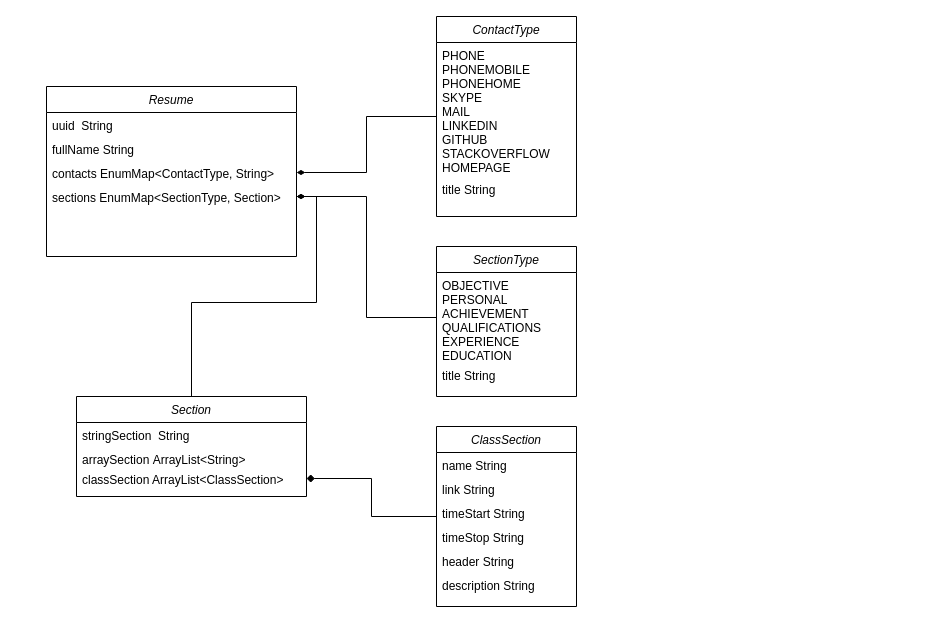
Above: объектная модель резюме.drawio in darken321/diagrams (draw.io), before the change. Source tidied: cells renumbered, new cells numbered last; positions are measured from the earlier drawing's top-left corner, leaving out a move shared by most shapes. Both pictures are drawn from the tidied source at 100%, with x=0, y=0 at pixel (46, 16).
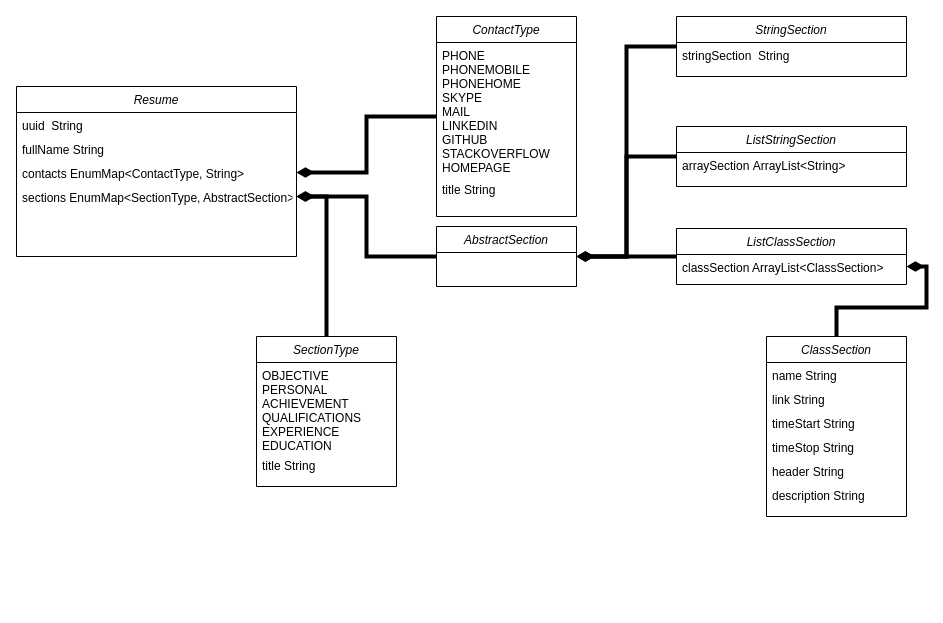
The same diagram, later.

Commit message:
Обновление объектная модель резюме1.drawio

The change refers to these unchanged cells:
```xml
<mxCell id="8" value="OBJECTIVE&#10;PERSONAL&#10;ACHIEVEMENT&#10;QUALIFICATIONS&#10;EXPERIENCE&#10;EDUCATION" style="text;align=left;verticalAlign=top;spacingLeft=4;spacingRight=4;overflow=hidden;points=[[0,0.5],[1,0.5]];portConstraint=eastwest;" parent="7" vertex="1">
  <mxGeometry y="26" width="140" height="90" as="geometry" />
</mxCell>
<mxCell id="11" value="ContactType" style="swimlane;fontStyle=2;align=center;verticalAlign=top;horizontal=1;startSize=26;rounded=0;shadow=0;strokeWidth=1;" parent="1" vertex="1">
  <mxGeometry x="390" width="140" height="200" as="geometry" />
</mxCell>
```

Change to the diagram source:
```diff
@@
     <mxCell id="2" value="Resume" style="swimlane;fontStyle=2;align=center;verticalAlign=top;horizontal=1;startSize=26;rounded=0;shadow=0;strokeWidth=1;" parent="1" vertex="1">
-      <mxGeometry y="70" width="250" height="170" as="geometry" />
+      <mxGeometry x="-30" y="70" width="280" height="170" as="geometry" />
     </mxCell>
     <mxCell id="3" value="uuid  String" style="text;align=left;verticalAlign=top;spacingLeft=4;spacingRight=4;overflow=hidden;" parent="2" vertex="1">
-      <mxGeometry y="26" width="250" height="24" as="geometry" />
+      <mxGeometry y="26" width="280" height="24" as="geometry" />
     </mxCell>
     <mxCell id="4" value="fullName String" style="text;align=left;verticalAlign=top;spacingLeft=4;spacingRight=4;overflow=hidden;" parent="2" vertex="1">
-      <mxGeometry y="50" width="250" height="24" as="geometry" />
+      <mxGeometry y="50" width="280" height="24" as="geometry" />
     </mxCell>
     <mxCell id="5" value="contacts EnumMap&lt;ContactType, String&gt;" style="text;align=left;verticalAlign=top;spacingLeft=4;spacingRight=4;overflow=hidden;points=[[0,0.5],[1,0.5]];portConstraint=eastwest;" parent="2" vertex="1">
-      <mxGeometry y="74" width="250" height="24" as="geometry" />
+      <mxGeometry y="74" width="280" height="24" as="geometry" />
     </mxCell>
-    <mxCell id="6" value="sections EnumMap&lt;SectionType, Section&gt;" style="text;align=left;verticalAlign=top;spacingLeft=4;spacingRight=4;overflow=hidden;points=[[0,0.5],[1,0.5]];portConstraint=eastwest;" parent="2" vertex="1">
-      <mxGeometry y="98" width="250" height="24" as="geometry" />
+    <mxCell id="6" value="sections EnumMap&lt;SectionType, AbstractSection&gt;" style="text;align=left;verticalAlign=top;spacingLeft=4;spacingRight=4;overflow=hidden;points=[[0,0.5],[1,0.5]];portConstraint=eastwest;" parent="2" vertex="1">
+      <mxGeometry y="98" width="280" height="24" as="geometry" />
     </mxCell>
+    <mxCell id="28" style="edgeStyle=orthogonalEdgeStyle;rounded=0;jettySize=auto;html=1;entryX=1;entryY=0.5;entryDx=0;entryDy=0;strokeWidth=4;endArrow=diamondThin;endFill=1;" parent="1" edge="1" source="7" target="6">
+      <mxGeometry relative="1" as="geometry" />
+    </mxCell>
     <mxCell id="7" value="SectionType" style="swimlane;fontStyle=2;align=center;verticalAlign=top;horizontal=1;startSize=26;rounded=0;shadow=0;strokeWidth=1;" parent="1" vertex="1">
-      <mxGeometry x="390" y="230" width="140" height="150" as="geometry" />
+      <mxGeometry x="210" y="320" width="140" height="150" as="geometry" />
     </mxCell>
@@
-    <mxCell id="10" style="edgeStyle=orthogonalEdgeStyle;rounded=0;jettySize=auto;html=1;entryX=1;entryY=0.5;entryDx=0;entryDy=0;endArrow=diamondThin;endFill=1;" parent="1" edge="1" source="11" target="5">
+    <mxCell id="10" style="edgeStyle=orthogonalEdgeStyle;rounded=0;jettySize=auto;html=1;entryX=1;entryY=0.5;entryDx=0;entryDy=0;endArrow=diamondThin;endFill=1;strokeWidth=4;" parent="1" edge="1" source="11" target="5">
       <mxGeometry relative="1" as="geometry" />
     </mxCell>
@@
-    <mxCell id="14" style="edgeStyle=orthogonalEdgeStyle;rounded=0;jettySize=auto;html=1;endArrow=diamondThin;endFill=1;" parent="1" edge="1" source="15" target="6">
-      <mxGeometry relative="1" as="geometry" />
-    </mxCell>
+    <mxCell id="29" style="edgeStyle=orthogonalEdgeStyle;rounded=0;jettySize=auto;html=1;strokeWidth=4;endArrow=diamondThin;endFill=1;" parent="1" edge="1" source="15" target="31">
+      <mxGeometry relative="1" as="geometry">
+        <Array as="points">
+          <mxPoint x="580" y="30" />
+          <mxPoint x="580" y="240" />
+        </Array>
+      </mxGeometry>
+    </mxCell>
-    <mxCell id="15" value="Section" style="swimlane;fontStyle=2;align=center;verticalAlign=top;horizontal=1;startSize=26;rounded=0;shadow=0;strokeWidth=1;" parent="1" vertex="1">
-      <mxGeometry x="30" y="380" width="230" height="100" as="geometry" />
+    <mxCell id="15" value="StringSection" style="swimlane;fontStyle=2;align=center;verticalAlign=top;horizontal=1;startSize=26;rounded=0;shadow=0;strokeWidth=1;" parent="1" vertex="1">
+      <mxGeometry x="630" width="230" height="60" as="geometry" />
     </mxCell>
@@
-    <mxCell id="17" value="arraySection ArrayList&lt;String&gt;&#10;" style="text;align=left;verticalAlign=top;spacingLeft=4;spacingRight=4;overflow=hidden;" parent="15" vertex="1">
-      <mxGeometry y="50" width="230" height="20" as="geometry" />
-    </mxCell>
-    <mxCell id="18" value="classSection ArrayList&lt;ClassSection&gt;" style="text;align=left;verticalAlign=top;spacingLeft=4;spacingRight=4;overflow=hidden;points=[[0,0.5],[1,0.5]];portConstraint=eastwest;" parent="15" vertex="1">
-      <mxGeometry y="70" width="230" height="24" as="geometry" />
-    </mxCell>
-    <mxCell id="19" style="edgeStyle=orthogonalEdgeStyle;rounded=0;jettySize=auto;html=1;endArrow=diamond;endFill=1;" parent="1" edge="1" source="20" target="18">
+    <mxCell id="19" style="edgeStyle=orthogonalEdgeStyle;rounded=0;jettySize=auto;html=1;entryX=1;entryY=0.5;entryDx=0;entryDy=0;strokeWidth=4;endArrow=diamondThin;endFill=1;" parent="1" edge="1" source="20" target="18">
       <mxGeometry relative="1" as="geometry" />
     </mxCell>
     <mxCell id="20" value="ClassSection" style="swimlane;fontStyle=2;align=center;verticalAlign=top;horizontal=1;startSize=26;rounded=0;shadow=0;strokeWidth=1;" parent="1" vertex="1">
-      <mxGeometry x="390" y="410" width="140" height="180" as="geometry" />
+      <mxGeometry x="720" y="320" width="140" height="180" as="geometry" />
     </mxCell>
@@
-    <mxCell id="27" style="edgeStyle=orthogonalEdgeStyle;rounded=0;jettySize=auto;html=1;endArrow=diamondThin;endFill=1;" parent="1" edge="1" source="8" target="6">
-      <mxGeometry relative="1" as="geometry" />
-    </mxCell>
+    <mxCell id="30" style="edgeStyle=orthogonalEdgeStyle;rounded=0;jettySize=auto;html=1;entryX=1;entryY=0.5;entryDx=0;entryDy=0;exitX=0;exitY=0.5;exitDx=0;exitDy=0;endArrow=diamondThin;endFill=1;strokeWidth=4;" parent="1" edge="1" source="31" target="6">
+      <mxGeometry relative="1" as="geometry" />
+    </mxCell>
+    <mxCell id="31" value="AbstractSection" style="swimlane;fontStyle=2;align=center;verticalAlign=top;horizontal=1;startSize=26;rounded=0;shadow=0;strokeWidth=1;" parent="1" vertex="1">
+      <mxGeometry x="390" y="210" width="140" height="60" as="geometry" />
+    </mxCell>
+    <mxCell id="32" style="edgeStyle=orthogonalEdgeStyle;rounded=0;jettySize=auto;html=1;strokeWidth=4;endArrow=diamondThin;endFill=1;" parent="1" edge="1" source="33" target="31">
+      <mxGeometry relative="1" as="geometry">
+        <Array as="points">
+          <mxPoint x="580" y="140" />
+          <mxPoint x="580" y="240" />
+        </Array>
+      </mxGeometry>
+    </mxCell>
+    <mxCell id="33" value="ListStringSection" style="swimlane;fontStyle=2;align=center;verticalAlign=top;horizontal=1;startSize=26;rounded=0;shadow=0;strokeWidth=1;" parent="1" vertex="1">
+      <mxGeometry x="630" y="110" width="230" height="60" as="geometry" />
+    </mxCell>
+    <mxCell id="17" value="arraySection ArrayList&lt;String&gt;&#10;" style="text;align=left;verticalAlign=top;spacingLeft=4;spacingRight=4;overflow=hidden;" parent="33" vertex="1">
+      <mxGeometry y="26" width="230" height="20" as="geometry" />
+    </mxCell>
+    <mxCell id="34" style="edgeStyle=orthogonalEdgeStyle;rounded=0;jettySize=auto;html=1;entryX=1;entryY=0.5;entryDx=0;entryDy=0;strokeWidth=4;endArrow=diamondThin;endFill=1;" parent="1" edge="1" source="35" target="31">
+      <mxGeometry relative="1" as="geometry" />
+    </mxCell>
+    <mxCell id="35" value="ListClassSection" style="swimlane;fontStyle=2;align=center;verticalAlign=top;horizontal=1;startSize=26;rounded=0;shadow=0;strokeWidth=1;" parent="1" vertex="1">
+      <mxGeometry x="630" y="212" width="230" height="56" as="geometry" />
+    </mxCell>
+    <mxCell id="18" value="classSection ArrayList&lt;ClassSection&gt;" style="text;align=left;verticalAlign=top;spacingLeft=4;spacingRight=4;overflow=hidden;points=[[0,0.5],[1,0.5]];portConstraint=eastwest;" parent="35" vertex="1">
+      <mxGeometry y="26" width="230" height="24" as="geometry" />
+    </mxCell>
```
